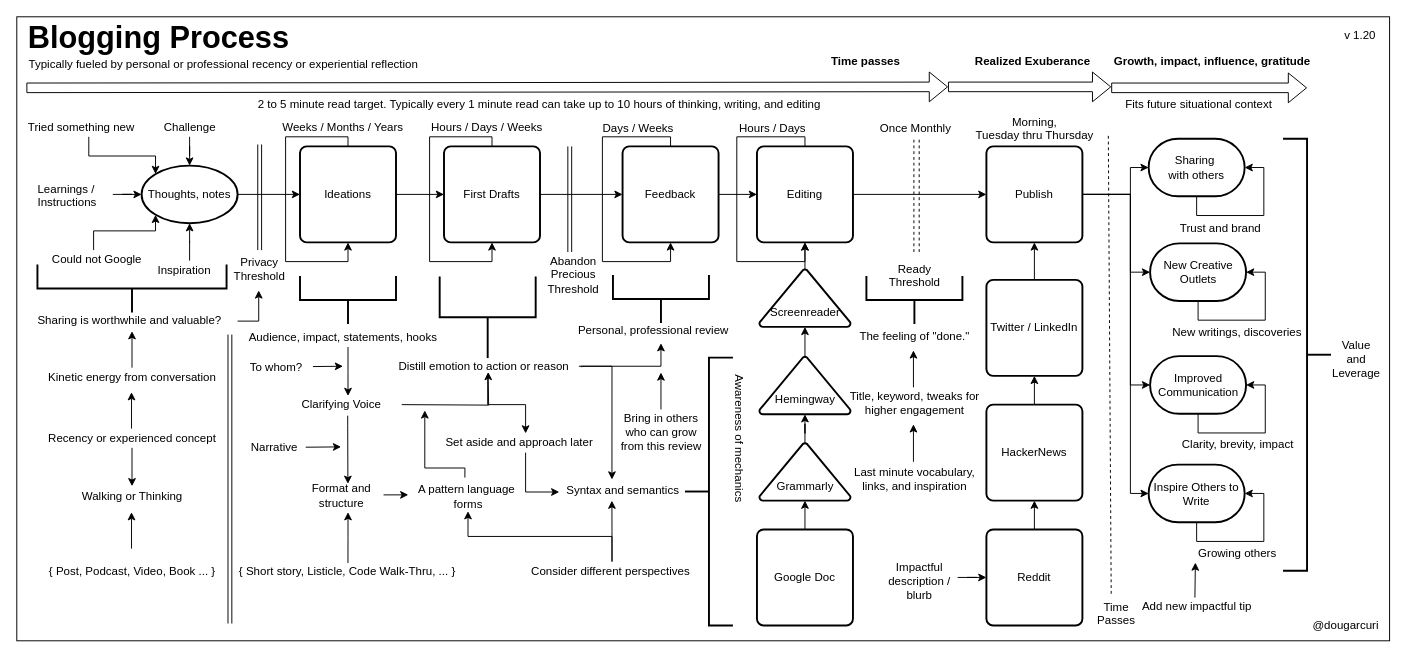
This is mentoring/diagrams/blogging-process.drawio from solidi/learning-notes, a draw.io file, before an edit. Source tidied: cells renumbered, new cells numbered last; positions are measured from the earlier drawing's top-left corner, leaving out a move shared by most shapes. Both pictures are drawn from the tidied source at 96%, with x=0, y=0 at pixel (16, 16).
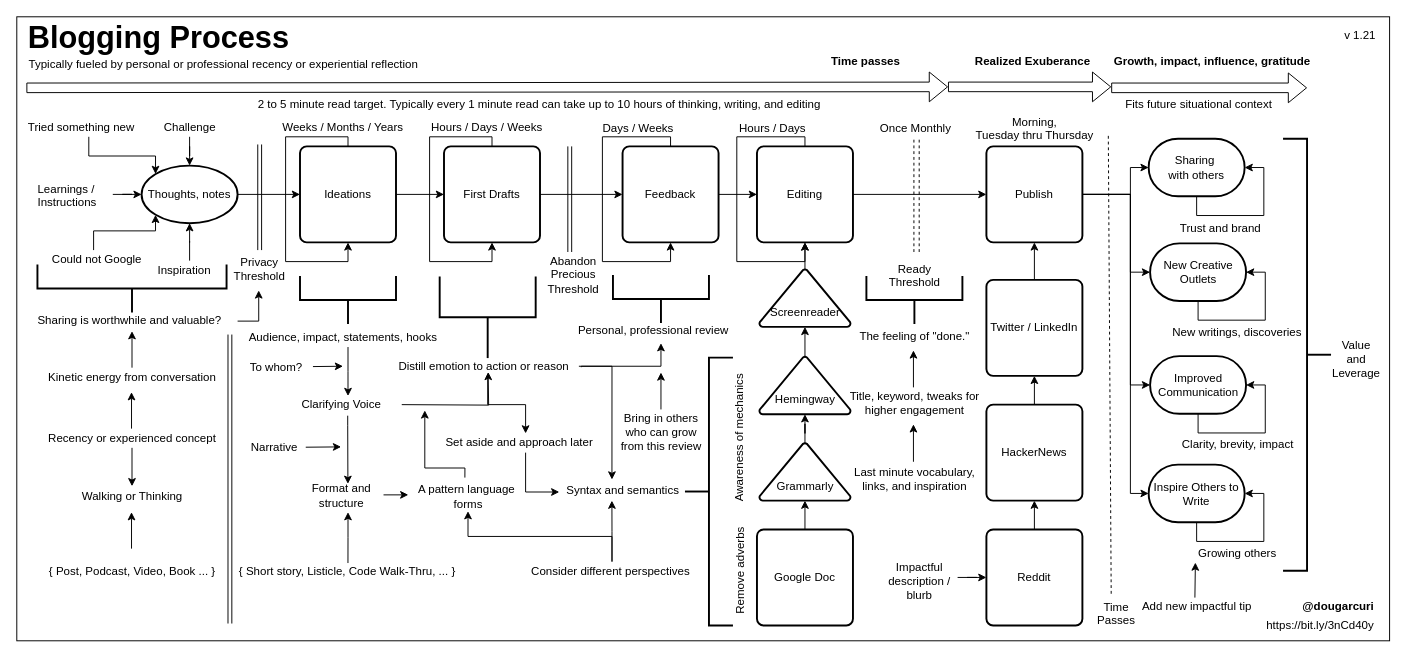
After the change.

Commit message (it also covers changes not shown here):
Add "remove adverbs" and add a bit.ly link

Change to the diagram source:
```diff
@@
-    <mxCell id="102" value="@dougarcuri" style="text;html=1;align=center;verticalAlign=middle;" parent="1" vertex="1">
-      <mxGeometry x="1344" y="624" width="80" height="20" as="geometry" />
+    <mxCell id="102" value="@dougarcuri" style="text;html=1;align=right;verticalAlign=middle;fontStyle=1;" parent="1" vertex="1">
+      <mxGeometry x="1325" y="604" width="90" height="20" as="geometry" />
     </mxCell>
@@
-    <mxCell id="107" value="Awareness of mechanics" style="text;html=1;align=center;verticalAlign=middle;rotation=90;" parent="1" vertex="1">
+    <mxCell id="107" value="Awareness of mechanics" style="text;html=1;align=center;verticalAlign=middle;rotation=-90;" parent="1" vertex="1">
       <mxGeometry x="678" y="429" width="150" height="20" as="geometry" />
     </mxCell>
@@
-    <mxCell id="121" value="v 1.20" style="text;html=1;align=center;verticalAlign=middle;" parent="1" vertex="1">
+    <mxCell id="121" value="v 1.21" style="text;html=1;align=center;verticalAlign=middle;" parent="1" vertex="1">
       <mxGeometry x="1374" y="10" width="50" height="20" as="geometry" />
     </mxCell>
@@
+    <mxCell id="142" value="Remove adverbs" style="text;html=1;align=center;verticalAlign=middle;strokeColor=none;fillColor=none;rotation=-90;" parent="1" vertex="1">
+      <mxGeometry x="698" y="567.5" width="110" height="20" as="geometry" />
+    </mxCell>
+    <mxCell id="143" value="https://bit.ly/3nCd40y" style="text;html=1;align=right;verticalAlign=middle;strokeColor=none;fillColor=none;" parent="1" vertex="1">
+      <mxGeometry x="1285" y="624" width="130" height="20" as="geometry" />
+    </mxCell>
```
